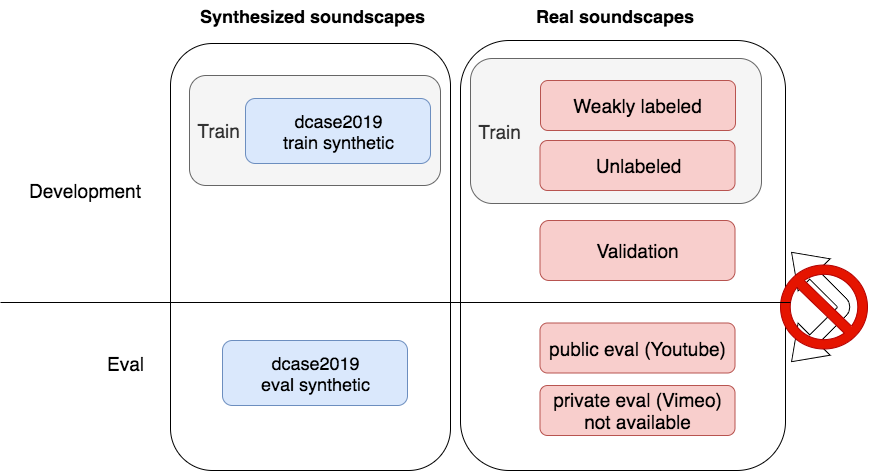
Earlier version of the draw.io export img/DESED_dcase2019.png (turpaultn/DESED). Source tidied: cells renumbered, new cells last; positions are measured from the earlier drawing's top-left corner, leaving out a move shared by most shapes. Source of this version:
```xml
<mxGraphModel>
  <root>
    <mxCell id="0" />
    <mxCell id="1" parent="0" />
    <mxCell id="2" style="rounded=1;whiteSpace=wrap;html=1;fontSize=19;align=left;" parent="1" vertex="1">
      <mxGeometry x="170" y="43" width="280" height="427" as="geometry" />
    </mxCell>
    <mxCell id="3" style="rounded=1;whiteSpace=wrap;html=1;fontSize=19;align=left;" parent="1" vertex="1">
      <mxGeometry x="460" y="40" width="325" height="430" as="geometry" />
    </mxCell>
    <mxCell id="4" value="&amp;nbsp;Train" style="rounded=1;whiteSpace=wrap;html=1;fontSize=19;align=left;verticalAlign=middle;fillColor=#f5f5f5;strokeColor=#666666;fontColor=#333333;" parent="1" vertex="1">
      <mxGeometry x="189" y="75" width="251" height="110" as="geometry" />
    </mxCell>
    <mxCell id="5" value="&amp;nbsp;Train" style="rounded=1;whiteSpace=wrap;html=1;fontSize=19;align=left;verticalAlign=middle;fillColor=#f5f5f5;strokeColor=#666666;fontColor=#333333;" parent="1" vertex="1">
      <mxGeometry x="470" y="58" width="291" height="145" as="geometry" />
    </mxCell>
    <mxCell id="6" style="html=1;shadow=0;dashed=0;align=center;verticalAlign=middle;shape=mxgraph.arrows2.bendDoubleArrow;dy=6.08;dx=31.85;arrowHead=45.23;rounded=1;fontSize=19;rotation=135;" parent="1" vertex="1">
      <mxGeometry x="757" y="256.5" width="100" height="100" as="geometry" />
    </mxCell>
    <mxCell id="7" value="Unlabeled" style="rounded=1;whiteSpace=wrap;html=1;fontSize=19;fillColor=#f8cecc;strokeColor=#b85450;" parent="1" vertex="1">
      <mxGeometry x="539.5" y="140" width="195" height="50" as="geometry" />
    </mxCell>
    <mxCell id="8" value="Weakly labeled" style="rounded=1;whiteSpace=wrap;html=1;fontSize=19;fillColor=#f8cecc;strokeColor=#b85450;" parent="1" vertex="1">
      <mxGeometry x="540" y="80" width="195" height="50" as="geometry" />
    </mxCell>
    <mxCell id="9" value="Validation" style="rounded=1;whiteSpace=wrap;html=1;fontSize=19;fillColor=#f8cecc;strokeColor=#b85450;" parent="1" vertex="1">
      <mxGeometry x="539.5" y="220" width="195" height="60" as="geometry" />
    </mxCell>
    <mxCell id="10" value="Synthesized soundscapes" style="text;html=1;align=center;verticalAlign=middle;fontSize=18;perimeterSpacing=0;fontStyle=1;" parent="1" vertex="1">
      <mxGeometry x="192" width="240" height="30" as="geometry" />
    </mxCell>
    <mxCell id="11" value="Real soundscapes" style="text;html=1;align=center;verticalAlign=middle;fontSize=18;fontStyle=1;" parent="1" vertex="1">
      <mxGeometry x="530" width="170" height="30" as="geometry" />
    </mxCell>
    <mxCell id="12" style="shape=mxgraph.signs.safety.no;html=1;fillColor=#e51400;strokeColor=#B20000;verticalLabelPosition=bottom;verticalAlign=top;align=center;fontSize=19;fontColor=#ffffff;" parent="1" vertex="1">
      <mxGeometry x="780" y="264.5" width="87" height="84" as="geometry" />
    </mxCell>
    <mxCell id="13" value="public eval (Youtube)" style="rounded=1;whiteSpace=wrap;html=1;fontSize=19;fillColor=#f8cecc;strokeColor=#b85450;" parent="1" vertex="1">
      <mxGeometry x="539.5" y="322.5" width="195" height="50" as="geometry" />
    </mxCell>
    <mxCell id="14" value="dcase2019&lt;br&gt;train synthetic" style="rounded=1;whiteSpace=wrap;html=1;fontSize=18;align=center;fillColor=#dae8fc;strokeColor=#6c8ebf;" parent="1" vertex="1">
      <mxGeometry x="245" y="98" width="185" height="65" as="geometry" />
    </mxCell>
    <mxCell id="15" value="dcase2019&lt;br&gt;eval synthetic" style="rounded=1;whiteSpace=wrap;html=1;fontSize=18;align=center;fillColor=#dae8fc;strokeColor=#6c8ebf;" parent="1" vertex="1">
      <mxGeometry x="222" y="340" width="185" height="65" as="geometry" />
    </mxCell>
    <mxCell id="16" value="private eval (Vimeo) not available" style="rounded=1;whiteSpace=wrap;html=1;fontSize=19;fillColor=#f8cecc;strokeColor=#b85450;" parent="1" vertex="1">
      <mxGeometry x="539.5" y="385" width="195" height="50" as="geometry" />
    </mxCell>
    <mxCell id="17" value="Development" style="text;html=1;align=center;verticalAlign=middle;fontSize=19;" parent="1" vertex="1">
      <mxGeometry x="20" y="175" width="130" height="30" as="geometry" />
    </mxCell>
    <mxCell id="18" value="Eval" style="text;html=1;align=center;verticalAlign=middle;fontSize=19;" parent="1" vertex="1">
      <mxGeometry x="100" y="347.5" width="50" height="30" as="geometry" />
    </mxCell>
    <mxCell id="19" style="endArrow=none;html=1;fontSize=19;" parent="1" edge="1">
      <mxGeometry relative="1" as="geometry">
        <mxPoint x="790" y="302" as="sourcePoint" />
        <mxPoint y="302" as="targetPoint" />
      </mxGeometry>
    </mxCell>
  </root>
</mxGraphModel>
```
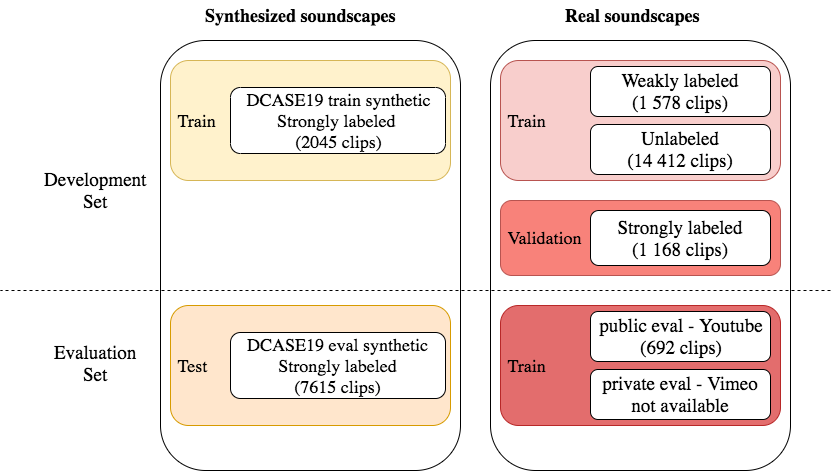
Above is the later version.

Commit message:
Fix source time generated background Change diagram image

The edit, as a diff of the source:
```diff
@@ -2,62 +2,65 @@
   <root>
     <mxCell id="0" />
     <mxCell id="1" parent="0" />
+    <mxCell id="3" style="rounded=1;whiteSpace=wrap;html=1;fontSize=19;align=left;fontFamily=source sans pro;" parent="1" vertex="1">
+      <mxGeometry x="490" y="40" width="300" height="430" as="geometry" />
+    </mxCell>
+    <mxCell id="20" value="&amp;nbsp;Train" style="rounded=1;whiteSpace=wrap;html=1;fontSize=18;align=left;verticalAlign=middle;fillColor=#E36D6D;strokeColor=#B82828;fontFamily=source sans pro;" parent="1" vertex="1">
+      <mxGeometry x="500" y="305" width="280" height="120" as="geometry" />
+    </mxCell>
+    <mxCell id="21" value="&amp;nbsp;Validation" style="rounded=1;whiteSpace=wrap;html=1;fontSize=18;align=left;verticalAlign=middle;fillColor=#F8827A;strokeColor=#b85450;fontFamily=source sans pro;" parent="1" vertex="1">
+      <mxGeometry x="500" y="200" width="280" height="75" as="geometry" />
+    </mxCell>
-    <mxCell id="2" style="rounded=1;whiteSpace=wrap;html=1;fontSize=19;align=left;" parent="1" vertex="1">
-      <mxGeometry x="170" y="43" width="280" height="427" as="geometry" />
+    <mxCell id="2" style="rounded=1;whiteSpace=wrap;html=1;fontSize=19;align=left;fontFamily=source sans pro;" parent="1" vertex="1">
+      <mxGeometry x="160" y="40" width="300" height="430" as="geometry" />
     </mxCell>
-    <mxCell id="3" style="rounded=1;whiteSpace=wrap;html=1;fontSize=19;align=left;" parent="1" vertex="1">
-      <mxGeometry x="460" y="40" width="325" height="430" as="geometry" />
-    </mxCell>
-    <mxCell id="4" value="&amp;nbsp;Train" style="rounded=1;whiteSpace=wrap;html=1;fontSize=19;align=left;verticalAlign=middle;fillColor=#f5f5f5;strokeColor=#666666;fontColor=#333333;" parent="1" vertex="1">
-      <mxGeometry x="189" y="75" width="251" height="110" as="geometry" />
+    <mxCell id="4" value="&amp;nbsp;Train" style="rounded=1;whiteSpace=wrap;html=1;fontSize=18;align=left;verticalAlign=middle;fillColor=#fff2cc;strokeColor=#d6b656;fontFamily=source sans pro;" parent="1" vertex="1">
+      <mxGeometry x="170" y="60" width="280" height="120" as="geometry" />
     </mxCell>
-    <mxCell id="5" value="&amp;nbsp;Train" style="rounded=1;whiteSpace=wrap;html=1;fontSize=19;align=left;verticalAlign=middle;fillColor=#f5f5f5;strokeColor=#666666;fontColor=#333333;" parent="1" vertex="1">
-      <mxGeometry x="470" y="58" width="291" height="145" as="geometry" />
+    <mxCell id="5" value="&amp;nbsp;Train" style="rounded=1;whiteSpace=wrap;html=1;fontSize=18;align=left;verticalAlign=middle;fillColor=#f8cecc;strokeColor=#b85450;fontFamily=source sans pro;" parent="1" vertex="1">
+      <mxGeometry x="500" y="60" width="280" height="120" as="geometry" />
     </mxCell>
-    <mxCell id="6" style="html=1;shadow=0;dashed=0;align=center;verticalAlign=middle;shape=mxgraph.arrows2.bendDoubleArrow;dy=6.08;dx=31.85;arrowHead=45.23;rounded=1;fontSize=19;rotation=135;" parent="1" vertex="1">
-      <mxGeometry x="757" y="256.5" width="100" height="100" as="geometry" />
-    </mxCell>
-    <mxCell id="7" value="Unlabeled" style="rounded=1;whiteSpace=wrap;html=1;fontSize=19;fillColor=#f8cecc;strokeColor=#b85450;" parent="1" vertex="1">
-      <mxGeometry x="539.5" y="140" width="195" height="50" as="geometry" />
+    <mxCell id="7" value="Unlabeled&lt;br&gt;(14 412 clips)" style="rounded=1;whiteSpace=wrap;html=1;fontSize=19;fontFamily=source sans pro;" parent="1" vertex="1">
+      <mxGeometry x="590" y="124" width="180" height="50" as="geometry" />
     </mxCell>
-    <mxCell id="8" value="Weakly labeled" style="rounded=1;whiteSpace=wrap;html=1;fontSize=19;fillColor=#f8cecc;strokeColor=#b85450;" parent="1" vertex="1">
-      <mxGeometry x="540" y="80" width="195" height="50" as="geometry" />
+    <mxCell id="8" value="Weakly labeled&lt;br&gt;(1 578 clips)" style="rounded=1;whiteSpace=wrap;html=1;fontSize=19;fontFamily=source sans pro;" parent="1" vertex="1">
+      <mxGeometry x="590" y="66" width="180" height="50" as="geometry" />
     </mxCell>
-    <mxCell id="9" value="Validation" style="rounded=1;whiteSpace=wrap;html=1;fontSize=19;fillColor=#f8cecc;strokeColor=#b85450;" parent="1" vertex="1">
-      <mxGeometry x="539.5" y="220" width="195" height="60" as="geometry" />
+    <mxCell id="9" value="Strongly labeled&lt;br&gt;(1 168 clips)" style="rounded=1;whiteSpace=wrap;html=1;fontSize=19;fontFamily=source sans pro;" parent="1" vertex="1">
+      <mxGeometry x="590" y="210" width="180" height="55" as="geometry" />
     </mxCell>
-    <mxCell id="10" value="Synthesized soundscapes" style="text;html=1;align=center;verticalAlign=middle;fontSize=18;perimeterSpacing=0;fontStyle=1;" parent="1" vertex="1">
-      <mxGeometry x="192" width="240" height="30" as="geometry" />
+    <mxCell id="10" value="Synthesized soundscapes" style="text;html=1;align=center;verticalAlign=middle;fontSize=18;perimeterSpacing=0;fontStyle=1;fontFamily=source sans pro;" parent="1" vertex="1">
+      <mxGeometry x="195" width="210" height="30" as="geometry" />
     </mxCell>
-    <mxCell id="11" value="Real soundscapes" style="text;html=1;align=center;verticalAlign=middle;fontSize=18;fontStyle=1;" parent="1" vertex="1">
-      <mxGeometry x="530" width="170" height="30" as="geometry" />
+    <mxCell id="11" value="Real soundscapes" style="text;html=1;align=center;verticalAlign=middle;fontSize=18;fontStyle=1;fontFamily=source sans pro;" parent="1" vertex="1">
+      <mxGeometry x="557.5" width="150" height="30" as="geometry" />
     </mxCell>
-    <mxCell id="12" style="shape=mxgraph.signs.safety.no;html=1;fillColor=#e51400;strokeColor=#B20000;verticalLabelPosition=bottom;verticalAlign=top;align=center;fontSize=19;fontColor=#ffffff;" parent="1" vertex="1">
-      <mxGeometry x="780" y="264.5" width="87" height="84" as="geometry" />
-    </mxCell>
-    <mxCell id="13" value="public eval (Youtube)" style="rounded=1;whiteSpace=wrap;html=1;fontSize=19;fillColor=#f8cecc;strokeColor=#b85450;" parent="1" vertex="1">
-      <mxGeometry x="539.5" y="322.5" width="195" height="50" as="geometry" />
+    <mxCell id="13" value="public eval - Youtube&lt;br&gt;(692 clips)" style="rounded=1;whiteSpace=wrap;html=1;fontSize=19;fontFamily=source sans pro;" parent="1" vertex="1">
+      <mxGeometry x="590" y="311" width="180" height="50" as="geometry" />
     </mxCell>
-    <mxCell id="14" value="dcase2019&lt;br&gt;train synthetic" style="rounded=1;whiteSpace=wrap;html=1;fontSize=18;align=center;fillColor=#dae8fc;strokeColor=#6c8ebf;" parent="1" vertex="1">
-      <mxGeometry x="245" y="98" width="185" height="65" as="geometry" />
+    <mxCell id="14" value="DCASE19 train synthetic&lt;br&gt;Strongly labeled &lt;br&gt;(2045 clips)" style="rounded=1;whiteSpace=wrap;html=1;fontSize=18;align=center;fontFamily=source sans pro;FType=w;" parent="1" vertex="1">
+      <mxGeometry x="230" y="87" width="215" height="66" as="geometry" />
     </mxCell>
-    <mxCell id="15" value="dcase2019&lt;br&gt;eval synthetic" style="rounded=1;whiteSpace=wrap;html=1;fontSize=18;align=center;fillColor=#dae8fc;strokeColor=#6c8ebf;" parent="1" vertex="1">
-      <mxGeometry x="222" y="340" width="185" height="65" as="geometry" />
-    </mxCell>
-    <mxCell id="16" value="private eval (Vimeo) not available" style="rounded=1;whiteSpace=wrap;html=1;fontSize=19;fillColor=#f8cecc;strokeColor=#b85450;" parent="1" vertex="1">
-      <mxGeometry x="539.5" y="385" width="195" height="50" as="geometry" />
+    <mxCell id="16" value="private eval - Vimeo not available" style="rounded=1;whiteSpace=wrap;html=1;fontSize=19;fontFamily=source sans pro;" parent="1" vertex="1">
+      <mxGeometry x="590" y="369" width="180" height="50" as="geometry" />
     </mxCell>
-    <mxCell id="17" value="Development" style="text;html=1;align=center;verticalAlign=middle;fontSize=19;" parent="1" vertex="1">
-      <mxGeometry x="20" y="175" width="130" height="30" as="geometry" />
+    <mxCell id="17" value="Development&lt;br&gt;Set" style="text;html=1;align=center;verticalAlign=middle;fontSize=19;fontFamily=source sans pro;" parent="1" vertex="1">
+      <mxGeometry x="35" y="165" width="120" height="50" as="geometry" />
     </mxCell>
-    <mxCell id="18" value="Eval" style="text;html=1;align=center;verticalAlign=middle;fontSize=19;" parent="1" vertex="1">
-      <mxGeometry x="100" y="347.5" width="50" height="30" as="geometry" />
+    <mxCell id="18" value="Evaluation&lt;br&gt;Set" style="text;html=1;align=center;verticalAlign=middle;fontSize=19;fontFamily=source sans pro;" parent="1" vertex="1">
+      <mxGeometry x="45" y="337.5" width="100" height="50" as="geometry" />
     </mxCell>
-    <mxCell id="19" style="endArrow=none;html=1;fontSize=19;" parent="1" edge="1">
+    <mxCell id="19" style="endArrow=none;html=1;fontSize=19;dashed=1;" parent="1" edge="1">
       <mxGeometry relative="1" as="geometry">
-        <mxPoint x="790" y="302" as="sourcePoint" />
-        <mxPoint y="302" as="targetPoint" />
+        <mxPoint x="830" y="290" as="sourcePoint" />
+        <mxPoint y="290" as="targetPoint" />
       </mxGeometry>
     </mxCell>
+    <mxCell id="22" value="&amp;nbsp;Test" style="rounded=1;whiteSpace=wrap;html=1;fontSize=18;align=left;verticalAlign=middle;fillColor=#ffe6cc;strokeColor=#d79b00;fontFamily=source sans pro;" parent="1" vertex="1">
+      <mxGeometry x="170" y="305" width="280" height="120" as="geometry" />
+    </mxCell>
+    <mxCell id="23" value="DCASE19 eval synthetic&lt;br&gt;Strongly labeled&lt;br&gt;(7615 clips)" style="rounded=1;whiteSpace=wrap;html=1;fontSize=18;align=center;fontFamily=source sans pro;" parent="1" vertex="1">
+      <mxGeometry x="230" y="332" width="215" height="66" as="geometry" />
+    </mxCell>
   </root>
 </mxGraphModel>
```
